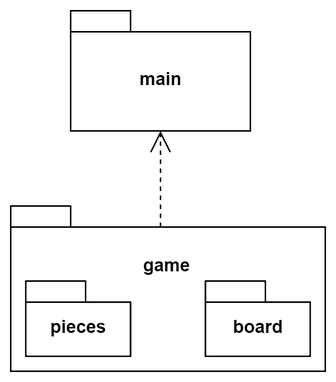
Above: doc/drawings/diagramma_package.png in SalvatoreTucci/progetto1920-lecun (draw.io), before the change. Source tidied: cells renumbered, new cells last; positions are measured from the earlier drawing's top-left corner, leaving out a move shared by most shapes. The source it was exported from:
```xml
<mxGraphModel>
  <root>
    <mxCell id="0" />
    <mxCell id="1" parent="0" />
    <mxCell id="2" style="shape=folder;fontStyle=1;spacingTop=10;tabWidth=40;tabHeight=14;tabPosition=left;html=1;" parent="1" vertex="1">
      <mxGeometry y="130" width="210" height="110" as="geometry" />
    </mxCell>
    <mxCell id="3" value="pieces" style="shape=folder;fontStyle=1;spacingTop=10;tabWidth=40;tabHeight=14;tabPosition=left;html=1;" parent="1" vertex="1">
      <mxGeometry x="10" y="180" width="70" height="50" as="geometry" />
    </mxCell>
    <mxCell id="4" value="board" style="shape=folder;fontStyle=1;spacingTop=10;tabWidth=40;tabHeight=14;tabPosition=left;html=1;" parent="1" vertex="1">
      <mxGeometry x="130" y="180" width="70" height="50" as="geometry" />
    </mxCell>
    <mxCell id="5" value="&lt;b&gt;game&lt;/b&gt;" style="text;html=1;align=center;verticalAlign=middle;" parent="1" vertex="1">
      <mxGeometry x="79" y="159" width="50" height="20" as="geometry" />
    </mxCell>
    <mxCell id="6" value="main" style="shape=folder;fontStyle=1;spacingTop=10;tabWidth=40;tabHeight=14;tabPosition=left;html=1;" parent="1" vertex="1">
      <mxGeometry x="40" width="120" height="80" as="geometry" />
    </mxCell>
    <mxCell id="7" style="endArrow=open;endSize=12;dashed=1;html=1;strokeColor=#000000;entryX=0.5;entryY=1;entryDx=0;entryDy=0;entryPerimeter=0;" parent="1" edge="1" target="6">
      <mxGeometry relative="1" as="geometry">
        <mxPoint x="100" y="144" as="sourcePoint" />
      </mxGeometry>
    </mxCell>
  </root>
</mxGraphModel>
```
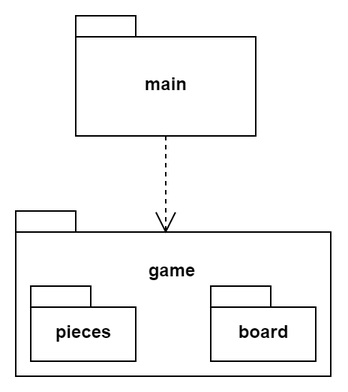
The same diagram one commit later.

Commit message:
Aggiornato diagramma dei package

The edit, as a diff of the source:
```diff
@@ -17,10 +17,8 @@
     <mxCell id="6" value="main" style="shape=folder;fontStyle=1;spacingTop=10;tabWidth=40;tabHeight=14;tabPosition=left;html=1;" parent="1" vertex="1">
       <mxGeometry x="40" width="120" height="80" as="geometry" />
     </mxCell>
-    <mxCell id="7" style="endArrow=open;endSize=12;dashed=1;html=1;strokeColor=#000000;entryX=0.5;entryY=1;entryDx=0;entryDy=0;entryPerimeter=0;" parent="1" edge="1" target="6">
-      <mxGeometry relative="1" as="geometry">
-        <mxPoint x="100" y="144" as="sourcePoint" />
-      </mxGeometry>
+    <mxCell id="7" style="endArrow=open;endSize=12;dashed=1;html=1;strokeColor=#000000;entryX=0.476;entryY=0.136;entryDx=0;entryDy=0;entryPerimeter=0;exitX=0.5;exitY=1;exitDx=0;exitDy=0;exitPerimeter=0;" parent="1" edge="1" source="6" target="2">
+      <mxGeometry relative="1" as="geometry" />
     </mxCell>
   </root>
 </mxGraphModel>
```
